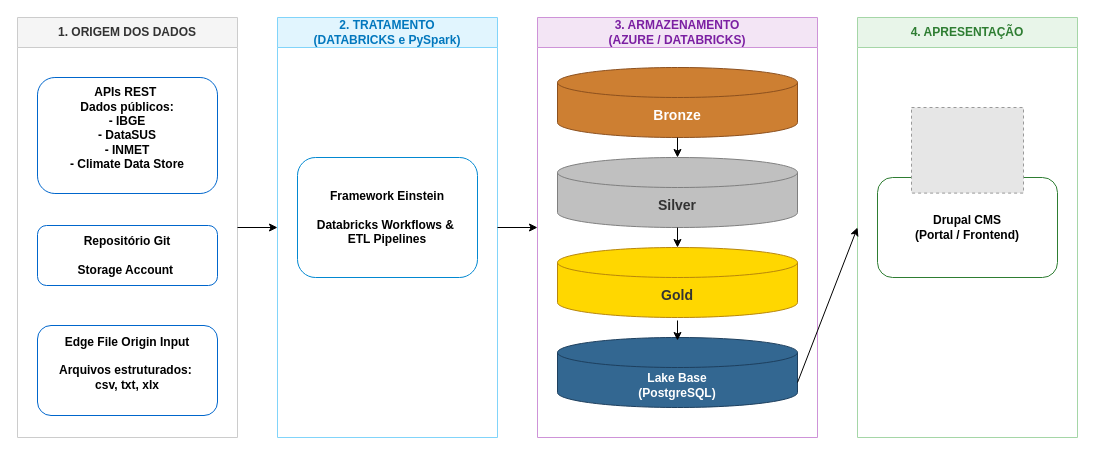
This is Documentação/Diagrama de arquitetura.drawio from marcoconti/mais_einstein, a draw.io file, before an edit. Source tidied: cells renumbered, new cells numbered last; positions are measured from the earlier drawing's top-left corner, leaving out a move shared by most shapes. Both pictures are drawn from the tidied source at 100%, with x=0, y=0 at pixel (17, 17). Pictures stored in the file or linked from it are replaced by grey dashed boxes.
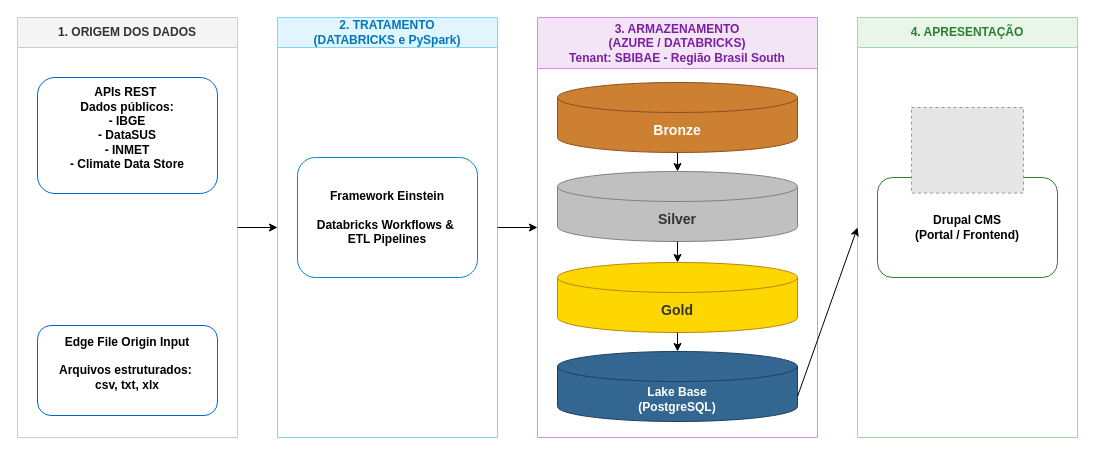
After the change.

The change refers to these unchanged cells:
```xml
<mxCell id="2" value="1. ORIGEM DOS DADOS" style="swimlane;whiteSpace=wrap;html=1;startSize=30;fillColor=#f5f5f5;fontColor=#333333;strokeColor=#cccccc;fontStyle=1;" parent="1" vertex="1">
  <mxGeometry width="220" height="420" as="geometry" />
</mxCell>
```

The edit, as a diff of the source:
```diff
@@
-    <mxCell id="4" value="Repositório Git&lt;div&gt;&amp;nbsp;&lt;div&gt;Storage Account&amp;nbsp;&lt;/div&gt;&lt;/div&gt;" style="rounded=1;whiteSpace=wrap;html=1;fillColor=#ffffff;strokeColor=#0066cc;fontStyle=1;" parent="2" vertex="1">
-      <mxGeometry x="20" y="208" width="180" height="60" as="geometry" />
-    </mxCell>
@@
-    <mxCell id="8" value="3. ARMAZENAMENTO&lt;div&gt;(AZURE / DATABRICKS)&lt;/div&gt;" style="swimlane;whiteSpace=wrap;html=1;startSize=30;fillColor=#f3e5f5;fontColor=#7b1fa2;strokeColor=#ce93d8;fontStyle=1;" parent="1" vertex="1">
+    <mxCell id="8" value="3. ARMAZENAMENTO&lt;div&gt;(AZURE / DATABRICKS)&lt;/div&gt;&lt;div&gt;Tenant: SBIBAE - Região Brasil South&lt;/div&gt;" style="swimlane;whiteSpace=wrap;html=1;startSize=51;fillColor=#f3e5f5;fontColor=#7b1fa2;strokeColor=#ce93d8;fontStyle=1;" parent="1" vertex="1">
       <mxGeometry x="520" width="280" height="420" as="geometry" />
     </mxCell>
     <mxCell id="9" value="&lt;font style=&quot;font-size: 14px;&quot;&gt;Bronze&lt;/font&gt;" style="shape=cylinder3;whiteSpace=wrap;html=1;boundedLbl=1;backgroundOutline=1;size=15;fillColor=#cd7f32;fontColor=#ffffff;strokeColor=#8c501e;fontStyle=1;" parent="8" vertex="1">
-      <mxGeometry x="20" y="50" width="240" height="70" as="geometry" />
+      <mxGeometry x="20" y="65" width="240" height="70" as="geometry" />
     </mxCell>
     <mxCell id="10" value="&lt;font style=&quot;font-size: 14px;&quot;&gt;Silver&lt;/font&gt;" style="shape=cylinder3;whiteSpace=wrap;html=1;boundedLbl=1;backgroundOutline=1;size=15;fillColor=#c0c0c0;fontColor=#333333;strokeColor=#7f7f7f;fontStyle=1;" parent="8" vertex="1">
-      <mxGeometry x="20" y="140" width="240" height="70" as="geometry" />
+      <mxGeometry x="20" y="154" width="240" height="70" as="geometry" />
     </mxCell>
     <mxCell id="11" value="&lt;font style=&quot;font-size: 14px;&quot;&gt;Gold&lt;/font&gt;" style="shape=cylinder3;whiteSpace=wrap;html=1;boundedLbl=1;backgroundOutline=1;size=15;fillColor=#ffd700;fontColor=#333333;strokeColor=#b8860b;fontStyle=1;" parent="8" vertex="1">
-      <mxGeometry x="20" y="230" width="240" height="70" as="geometry" />
+      <mxGeometry x="20" y="245" width="240" height="70" as="geometry" />
     </mxCell>
     <mxCell id="12" value="Lake Base&lt;br&gt;(PostgreSQL)" style="shape=cylinder3;whiteSpace=wrap;html=1;boundedLbl=1;backgroundOutline=1;size=15;fillColor=#336791;fontColor=#ffffff;strokeColor=#1d3f5e;fontStyle=1;" parent="8" vertex="1">
-      <mxGeometry x="20" y="320" width="240" height="70" as="geometry" />
+      <mxGeometry x="20" y="334" width="240" height="70" as="geometry" />
     </mxCell>
+    <mxCell id="21" style="entryX=0.5;entryY=0;entryDx=0;entryDy=0;entryPerimeter=0;exitX=0.5;exitY=1;exitDx=0;exitDy=0;exitPerimeter=0;" parent="8" edge="1" source="11" target="12">
+      <mxGeometry relative="1" as="geometry" />
+    </mxCell>
@@
-    <mxCell id="21" parent="1" edge="1">
-      <mxGeometry relative="1" as="geometry">
-        <mxPoint x="660" y="303" as="sourcePoint" />
-        <mxPoint x="660" y="323" as="targetPoint" />
-      </mxGeometry>
-    </mxCell>
```
